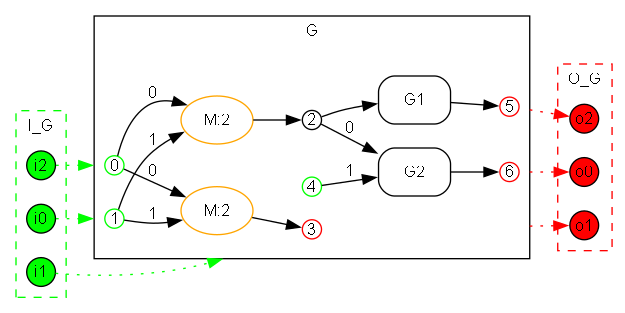
ammatsui/bhypvis keeps this Graphviz diagram as crates/bhyp/images/test_copy_subst_commute/path1_after_copy_GM_with_interface.png. Above is the earlier version. Its source is kept beside it as crates/bhyp/images/test_copy_subst_commute/path1_after_copy_GM_with_interface.dot.
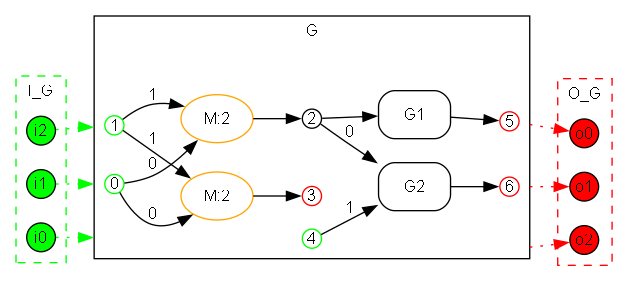
After the commit.

Diff of the diagram source:
```diff
@@ -10,36 +10,36 @@
     label="I_G";
     style=dashed;
     color="green";
+    i2 [label="i2", shape=circle, style=filled, fillcolor="green", width=0.3, height=0.3, fixedsize=true];
     i0 [label="i0", shape=circle, style=filled, fillcolor="green", width=0.3, height=0.3, fixedsize=true];
-    i2 [label="i2", shape=circle, style=filled, fillcolor="green", width=0.3, height=0.3, fixedsize=true];
     i1 [label="i1", shape=circle, style=filled, fillcolor="green", width=0.3, height=0.3, fixedsize=true];
   }
 
   subgraph cluster_main {
     label="G";
     style=solid;
+    n5 [label="5", shape=circle, style=filled, fillcolor=white, color="red", width=0.2, height=0.2, fixedsize=true];
     n6 [label="6", shape=circle, style=filled, fillcolor=white, color="red", width=0.2, height=0.2, fixedsize=true];
-    n1 [label="1", shape=circle, style=filled, fillcolor=white, color="green", width=0.2, height=0.2, fixedsize=true];
     n2 [label="2", shape=circle, style=filled, fillcolor=white, color="black", width=0.2, height=0.2, fixedsize=true];
-    n3 [label="3", shape=circle, style=filled, fillcolor=white, color="red", width=0.2, height=0.2, fixedsize=true];
     n4 [label="4", shape=circle, style=filled, fillcolor=white, color="green", width=0.2, height=0.2, fixedsize=true];
     n0 [label="0", shape=circle, style=filled, fillcolor=white, color="green", width=0.2, height=0.2, fixedsize=true];
-    n5 [label="5", shape=circle, style=filled, fillcolor=white, color="red", width=0.2, height=0.2, fixedsize=true];
+    n1 [label="1", shape=circle, style=filled, fillcolor=white, color="green", width=0.2, height=0.2, fixedsize=true];
+    n3 [label="3", shape=circle, style=filled, fillcolor=white, color="red", width=0.2, height=0.2, fixedsize=true];
+    e1 [label="M:2", shape=ellipse, style=rounded, color="orange"];
+    e3 [label="G1", shape=box, style=rounded, color="black"];
     e0 [label="M:2", shape=ellipse, style=rounded, color="orange"];
     e2 [label="G2", shape=box, style=rounded, color="black"];
-    e3 [label="G1", shape=box, style=rounded, color="black"];
-    e1 [label="M:2", shape=ellipse, style=rounded, color="orange"];
+    n0 -> e1 [label="0"];
+    n1 -> e1 [label="1"];
+    e1 -> n3 [label=""];
+    n2 -> e3 [label=""];
+    e3 -> n5 [label=""];
     n0 -> e0 [label="0"];
     n1 -> e0 [label="1"];
     e0 -> n2 [label=""];
     n2 -> e2 [label="0"];
     n4 -> e2 [label="1"];
     e2 -> n6 [label=""];
-    n2 -> e3 [label=""];
-    e3 -> n5 [label=""];
-    n0 -> e1 [label="0"];
-    n1 -> e1 [label="1"];
-    e1 -> n3 [label=""];
   }
 
   subgraph cluster_output {
@@ -47,14 +47,14 @@
     style=dashed;
     color="red";
     o0 [label="o0", shape=circle, style=filled, fillcolor="red", width=0.3, height=0.3, fixedsize=true];
+    o2 [label="o2", shape=circle, style=filled, fillcolor="red", width=0.3, height=0.3, fixedsize=true];
     o1 [label="o1", shape=circle, style=filled, fillcolor="red", width=0.3, height=0.3, fixedsize=true];
-    o2 [label="o2", shape=circle, style=filled, fillcolor="red", width=0.3, height=0.3, fixedsize=true];
   }
 
-  i1 -> n4 [style=dotted, color="green", label="", lhead=cluster_main];
-  i2 -> n0 [style=dotted, color="green", label="", lhead=cluster_main];
-  i0 -> n1 [style=dotted, color="green", label="", lhead=cluster_main];
-  n3 -> o1 [style=dotted, color="red", label="", ltail=cluster_main];
-  n5 -> o2 [style=dotted, color="red", label="", ltail=cluster_main];
-  n6 -> o0 [style=dotted, color="red", label="", ltail=cluster_main];
+  i2 -> n1 [style=dotted, color="green", label="", lhead=cluster_main];
+  i1 -> n0 [style=dotted, color="green", label="", lhead=cluster_main];
+  i0 -> n4 [style=dotted, color="green", label="", lhead=cluster_main];
+  n3 -> o2 [style=dotted, color="red", label="", ltail=cluster_main];
+  n5 -> o0 [style=dotted, color="red", label="", ltail=cluster_main];
+  n6 -> o1 [style=dotted, color="red", label="", ltail=cluster_main];
 }
```
